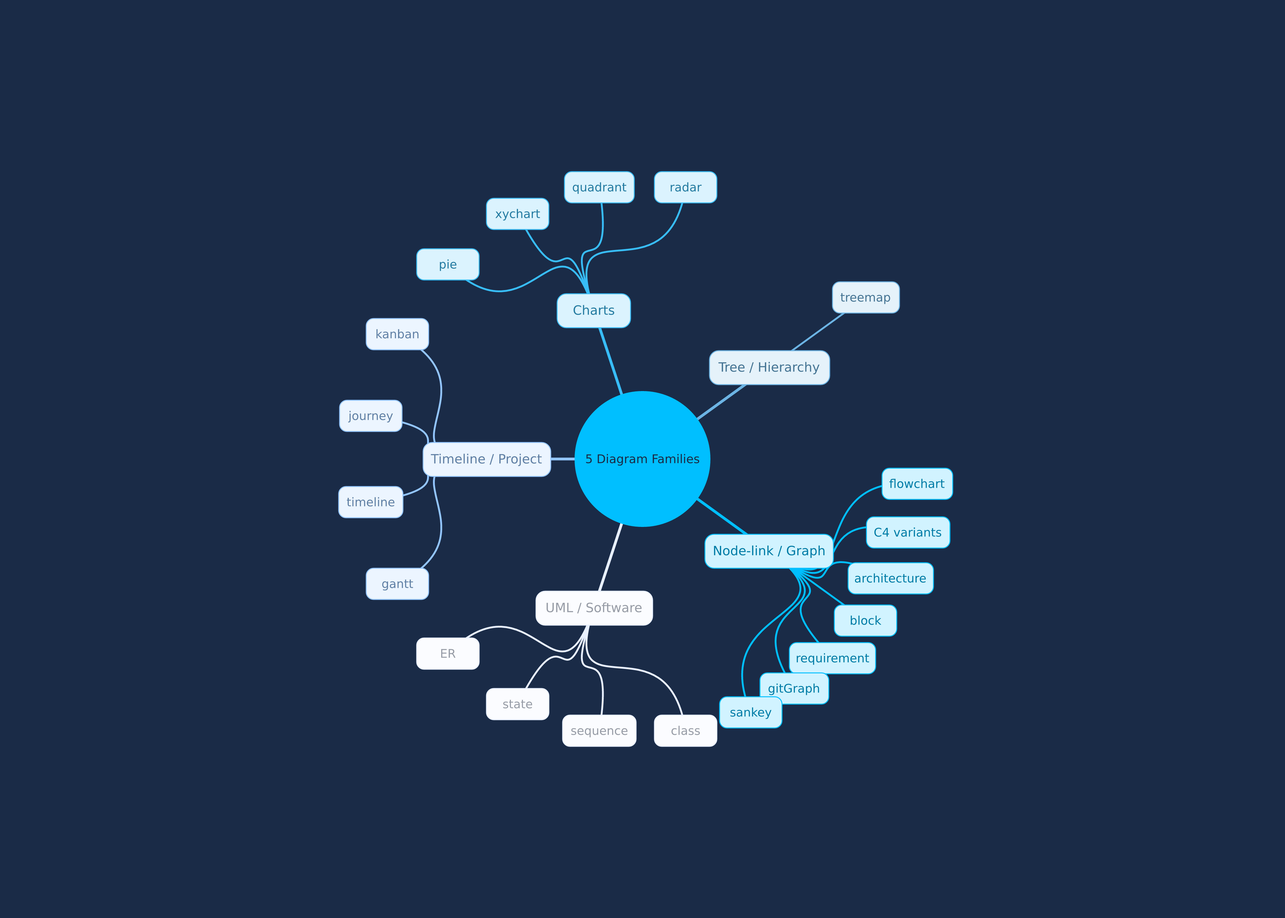
ormasoftchile/triton keeps this Mermaid diagram as design/figures/family-taxonomy.png. Above is the earlier version. Its source is kept beside it as design/figures/src/family-taxonomy.mmd.
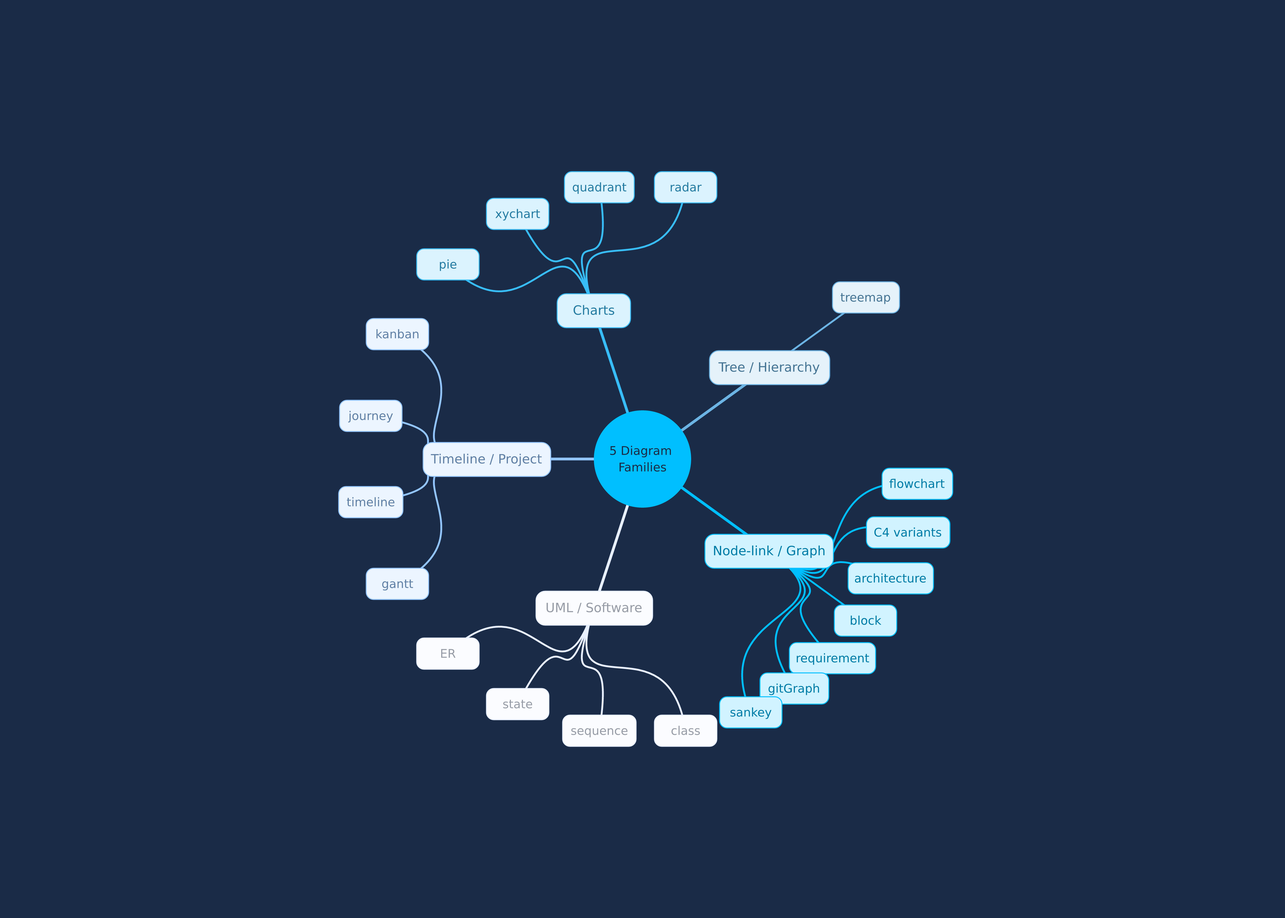
After the commit.

Change to the diagram source:
```diff
@@ -2,7 +2,7 @@
 theme: blueprint
 ---
 mindmap
-    root((5 Diagram Families))
+    root((5 Diagram<br>Families))
         Node-link / Graph
             flowchart
             C4 variants
```
